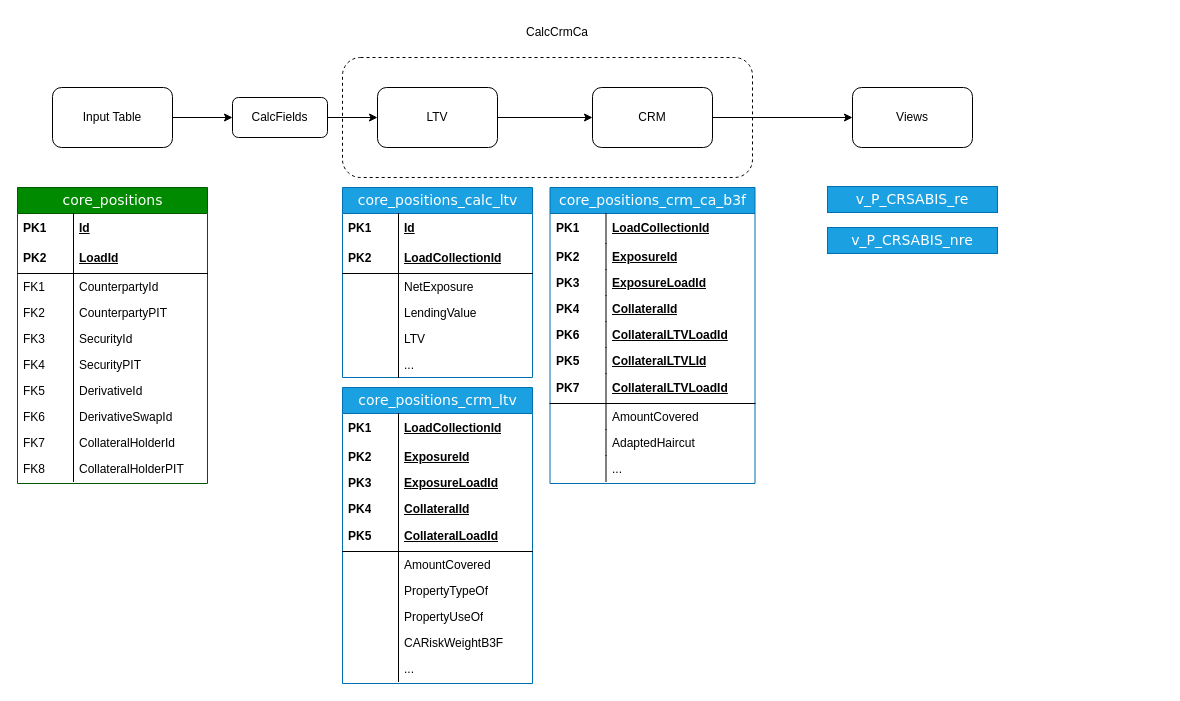
Above: mkdocs/FunctionalDoc/diagrams/LTV_CRM_simplified.drawio in quadrum-solutions/quadrum-solutions.github.io (draw.io), before the change. Source tidied: cells renumbered, new cells numbered last; positions are measured from the earlier drawing's top-left corner, leaving out a move shared by most shapes. Both pictures are drawn from the tidied source at 100%, with x=0, y=0 at pixel (17, 17).
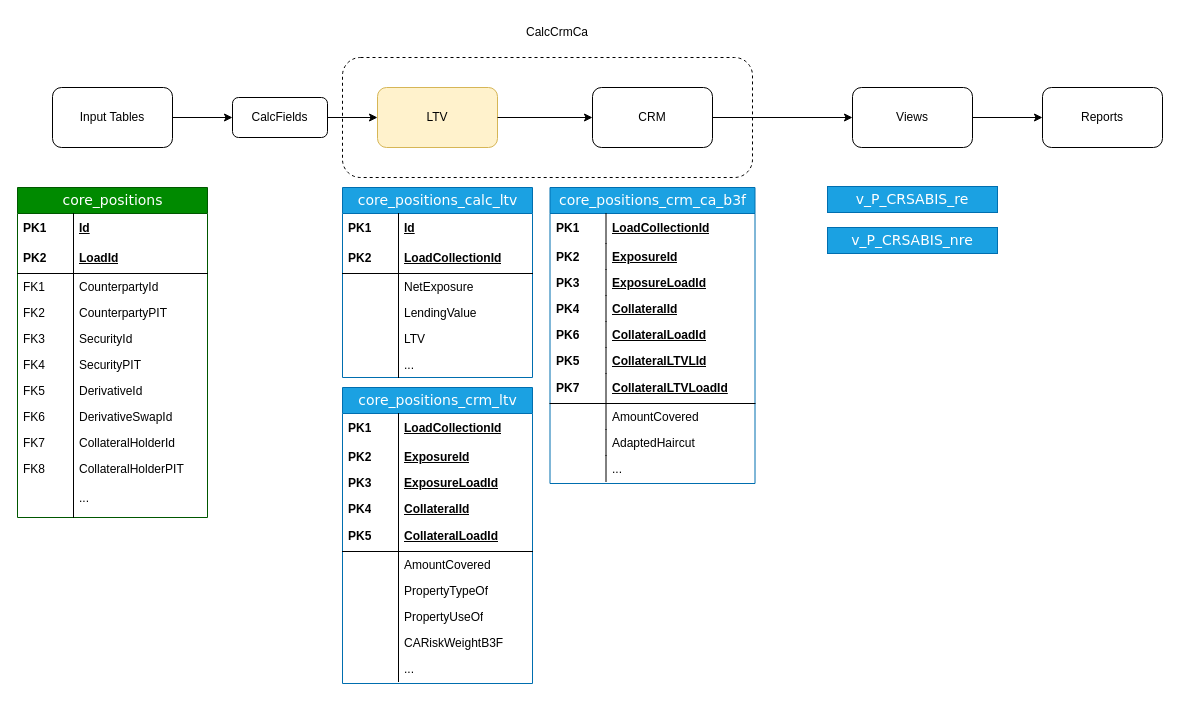
The same diagram, later.

The change refers to these unchanged cells:
```xml
<mxCell id="62" value="core_positions_crm_ca_b3f" style="swimlane;html=1;fontStyle=0;horizontal=1;startSize=26;fillColor=#1ba1e2;swimlaneFillColor=#ffffff;align=center;rounded=0;shadow=0;comic=0;labelBackgroundColor=none;strokeWidth=1;fontFamily=Verdana;fontSize=14;fontColor=#ffffff;strokeColor=#006EAF;" parent="1" vertex="1">
  <mxGeometry x="532.5" y="170" width="205" height="296" as="geometry" />
</mxCell>
<mxCell id="84" value="Views" style="rounded=1;whiteSpace=wrap;html=1;" parent="1" vertex="1">
  <mxGeometry x="835" y="70" width="120" height="60" as="geometry" />
</mxCell>
```

Change to the diagram source:
```diff
@@
-    <mxCell id="4" value="LTV" style="rounded=1;whiteSpace=wrap;html=1;" parent="1" vertex="1">
+    <mxCell id="4" value="LTV" style="rounded=1;whiteSpace=wrap;html=1;fillColor=#fff2cc;strokeColor=#d6b656;" parent="1" vertex="1">
       <mxGeometry x="360" y="70" width="120" height="60" as="geometry" />
     </mxCell>
@@
     <mxCell id="7" value="core_positions" style="swimlane;html=1;fontStyle=0;horizontal=1;startSize=26;fillColor=#008a00;swimlaneFillColor=#ffffff;align=center;rounded=0;shadow=0;comic=0;labelBackgroundColor=none;strokeWidth=1;fontFamily=Verdana;fontSize=14;fontColor=#ffffff;strokeColor=#005700;" parent="1" vertex="1">
-      <mxGeometry y="170" width="190" height="296" as="geometry" />
+      <mxGeometry y="170" width="190" height="330" as="geometry" />
     </mxCell>
@@
-    <mxCell id="26" value="CollateralHolderPIT" style="shape=partialRectangle;top=0;left=0;right=0;bottom=0;html=1;align=left;verticalAlign=top;fillColor=none;spacingLeft=60;spacingRight=4;whiteSpace=wrap;overflow=hidden;fontColor=#000000;" parent="7" vertex="1">
-      <mxGeometry y="268" width="190" height="26" as="geometry" />
+    <mxCell id="26" value="CollateralHolderPIT&lt;div&gt;&lt;br&gt;&lt;/div&gt;&lt;div&gt;...&lt;/div&gt;" style="shape=partialRectangle;top=0;left=0;right=0;bottom=0;html=1;align=left;verticalAlign=top;fillColor=none;spacingLeft=60;spacingRight=4;whiteSpace=wrap;overflow=hidden;fontColor=#000000;" parent="7" vertex="1">
+      <mxGeometry y="268" width="190" height="62" as="geometry" />
     </mxCell>
     <mxCell id="27" value="FK8" style="shape=partialRectangle;top=0;left=0;bottom=0;html=1;fillColor=none;align=left;verticalAlign=top;spacingLeft=4;spacingRight=4;whiteSpace=wrap;overflow=hidden;fontColor=#000000;" parent="26" vertex="1">
-      <mxGeometry width="56" height="26" as="geometry" />
+      <mxGeometry width="56" height="62" as="geometry" />
     </mxCell>
@@
-    <mxCell id="71" value="&lt;b&gt;&lt;u&gt;CollateralLTVLoadId&lt;/u&gt;&lt;/b&gt;" style="shape=partialRectangle;top=0;left=0;right=0;bottom=0;html=1;align=left;verticalAlign=top;fillColor=none;spacingLeft=60;spacingRight=4;whiteSpace=wrap;overflow=hidden;fontColor=#000000;" parent="62" vertex="1">
+    <mxCell id="71" value="&lt;b&gt;&lt;u&gt;CollateralLoadId&lt;/u&gt;&lt;/b&gt;" style="shape=partialRectangle;top=0;left=0;right=0;bottom=0;html=1;align=left;verticalAlign=top;fillColor=none;spacingLeft=60;spacingRight=4;whiteSpace=wrap;overflow=hidden;fontColor=#000000;" parent="62" vertex="1">
       <mxGeometry y="134" width="205" height="26" as="geometry" />
     </mxCell>
@@
-    <mxCell id="85" value="Input Table" style="rounded=1;whiteSpace=wrap;html=1;" parent="1" vertex="1">
+    <mxCell id="85" value="Input Tables" style="rounded=1;whiteSpace=wrap;html=1;" parent="1" vertex="1">
       <mxGeometry x="35" y="70" width="120" height="60" as="geometry" />
     </mxCell>
@@
+    <mxCell id="91" value="Reports" style="rounded=1;whiteSpace=wrap;html=1;" parent="1" vertex="1">
+      <mxGeometry x="1025" y="70" width="120" height="60" as="geometry" />
+    </mxCell>
+    <mxCell id="92" style="endArrow=classic;html=1;rounded=0;entryX=0;entryY=0.5;entryDx=0;entryDy=0;exitX=1;exitY=0.5;exitDx=0;exitDy=0;" parent="1" edge="1" source="84" target="91">
+      <mxGeometry relative="1" as="geometry" />
+    </mxCell>
```
